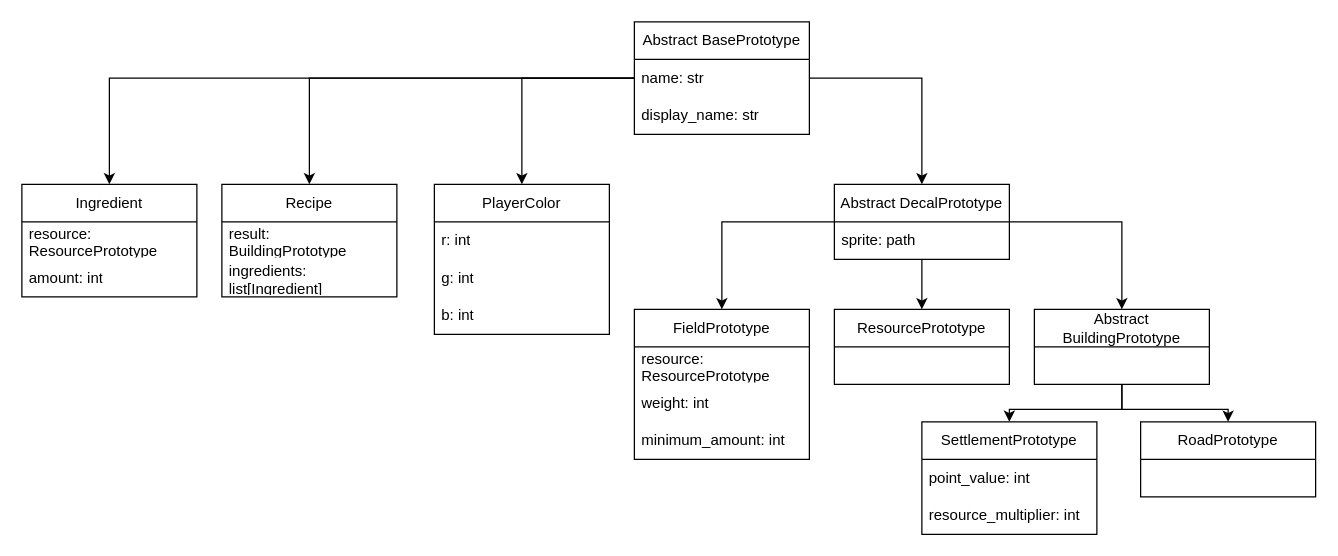
Above: drawio/PrototypeDiagram.drawio in Zancmok/WebHeroes (draw.io), before the change. Source tidied: cells renumbered, new cells numbered last; positions are measured from the earlier drawing's top-left corner, leaving out a move shared by most shapes. Both pictures are drawn from the tidied source at 125%, with x=0, y=0 at pixel (21, 21).
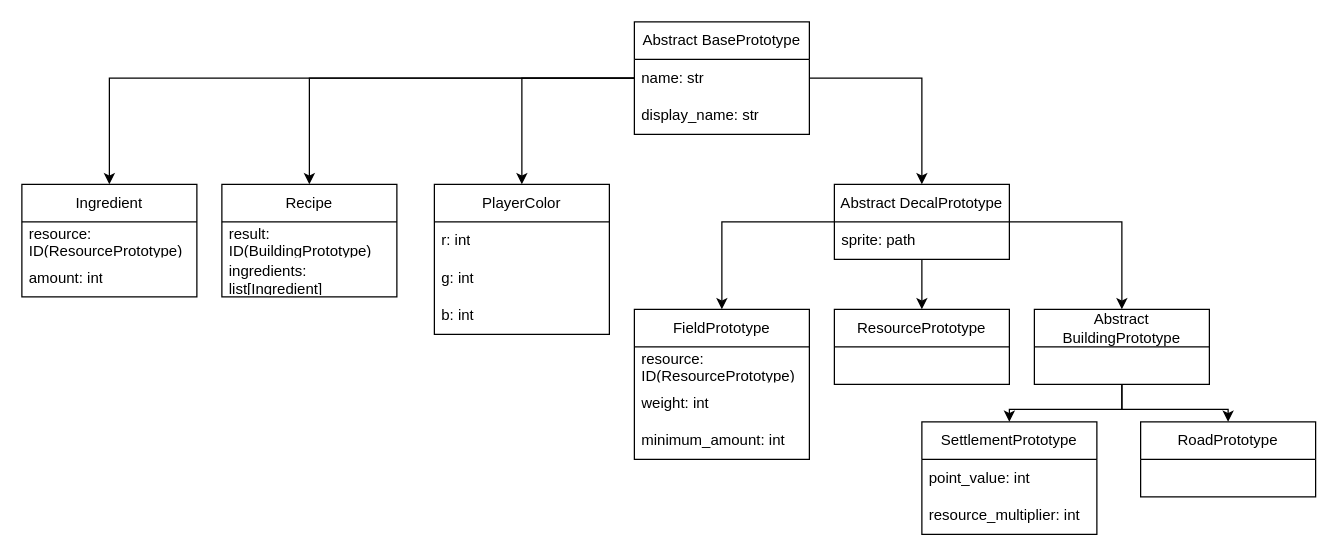
The same diagram, later.

Unchanged cells that the change refers to:
```xml
<mxCell id="18" value="FieldPrototype" style="swimlane;fontStyle=0;horizontal=1;startSize=30;whiteSpace=wrap;html=1;" parent="1" vertex="1">
  <mxGeometry x="490" y="230" width="140" height="120" as="geometry" />
</mxCell>
<mxCell id="30" value="Recipe" style="swimlane;fontStyle=0;horizontal=1;startSize=30;whiteSpace=wrap;html=1;" parent="1" vertex="1">
  <mxGeometry x="160" y="130" width="140" height="90" as="geometry" />
</mxCell>
<mxCell id="33" value="Ingredient" style="swimlane;fontStyle=0;horizontal=1;startSize=30;whiteSpace=wrap;html=1;" parent="1" vertex="1">
  <mxGeometry y="130" width="140" height="90" as="geometry" />
</mxCell>
```

What changed in the source:
```diff
@@
-    <mxCell id="19" value="resource: ResourcePrototype" style="text;strokeColor=none;fillColor=none;align=left;verticalAlign=middle;spacingLeft=4;spacingRight=4;overflow=hidden;whiteSpace=wrap;html=1;" parent="18" vertex="1">
+    <mxCell id="19" value="resource: ID(ResourcePrototype)" style="text;strokeColor=none;fillColor=none;align=left;verticalAlign=middle;spacingLeft=4;spacingRight=4;overflow=hidden;whiteSpace=wrap;html=1;" parent="18" vertex="1">
       <mxGeometry y="30" width="140" height="30" as="geometry" />
     </mxCell>
@@
-    <mxCell id="31" value="result: BuildingPrototype" style="text;strokeColor=none;fillColor=none;align=left;verticalAlign=middle;spacingLeft=4;spacingRight=4;overflow=hidden;whiteSpace=wrap;html=1;" parent="30" vertex="1">
+    <mxCell id="31" value="result: ID(BuildingPrototype)" style="text;strokeColor=none;fillColor=none;align=left;verticalAlign=middle;spacingLeft=4;spacingRight=4;overflow=hidden;whiteSpace=wrap;html=1;" parent="30" vertex="1">
       <mxGeometry y="30" width="140" height="30" as="geometry" />
     </mxCell>
@@
-    <mxCell id="34" value="resource: ResourcePrototype" style="text;strokeColor=none;fillColor=none;align=left;verticalAlign=middle;spacingLeft=4;spacingRight=4;overflow=hidden;whiteSpace=wrap;html=1;" parent="33" vertex="1">
+    <mxCell id="34" value="resource: ID(ResourcePrototype)" style="text;strokeColor=none;fillColor=none;align=left;verticalAlign=middle;spacingLeft=4;spacingRight=4;overflow=hidden;whiteSpace=wrap;html=1;" parent="33" vertex="1">
       <mxGeometry y="30" width="140" height="30" as="geometry" />
     </mxCell>
```
